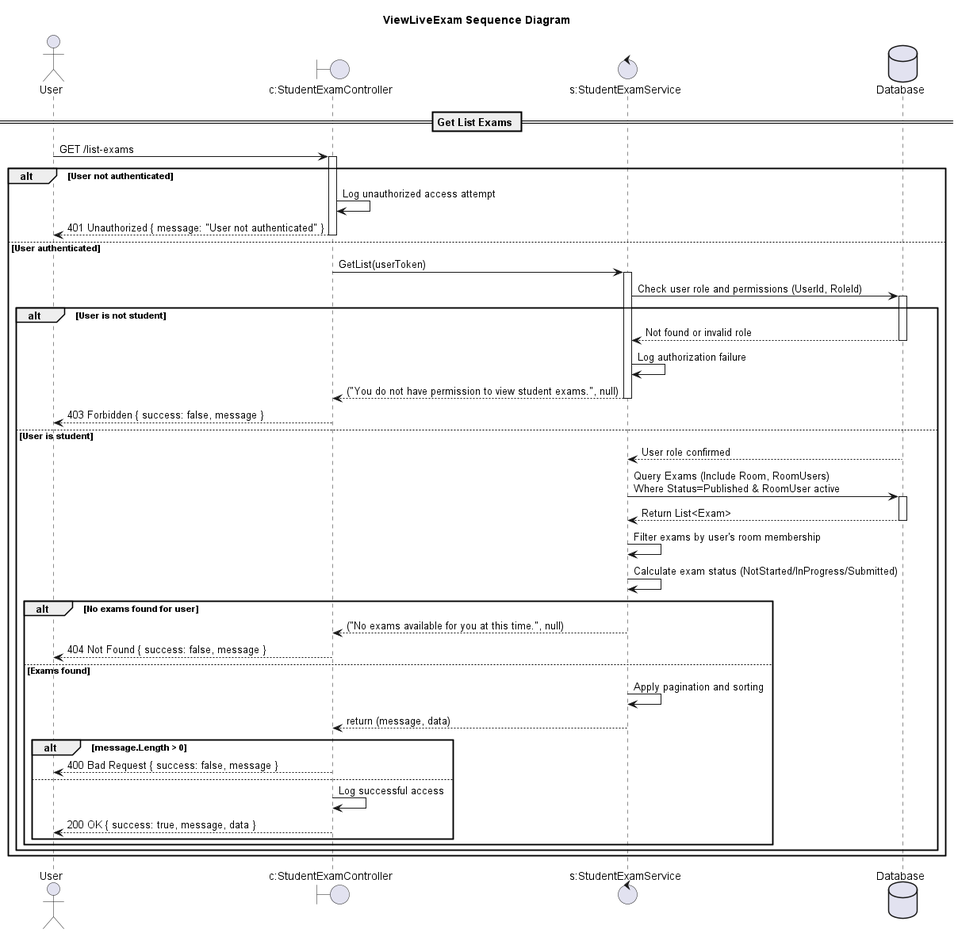
conghoan1211/AI-Kiosk-Testing-system keeps this PlantUML diagram as design/out/viewliveexamsequencediagram/viewliveexamsequencediagram.png. Above is the earlier version.
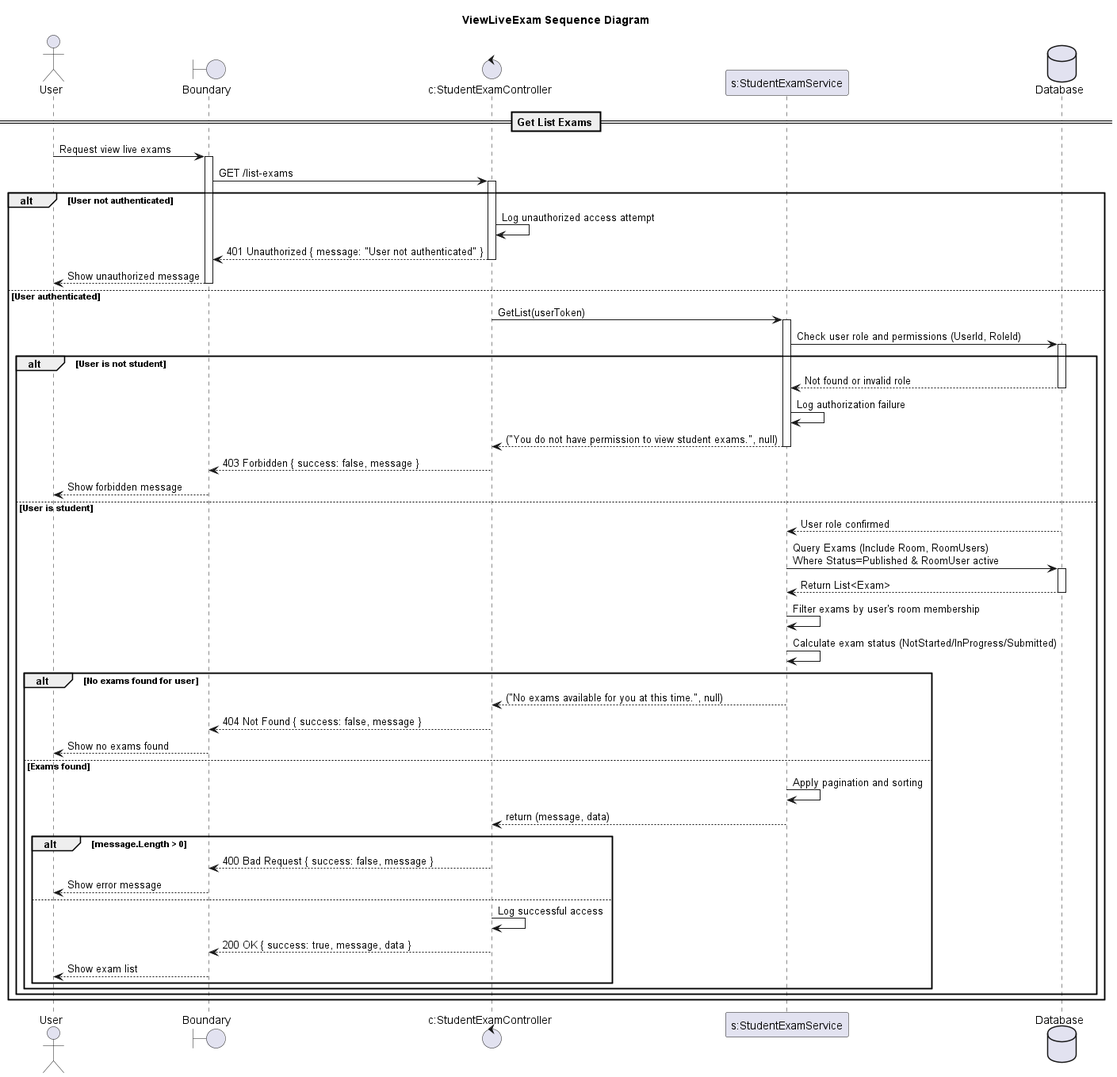
The same diagram one commit later.

The edit, as a diff of the source:
```diff
@@ -3,20 +3,24 @@
 title ViewLiveExam Sequence Diagram
 
 actor "User" as Client
-
-boundary "c:StudentExamController" as Controller
-control "s:StudentExamService" as Service
+boundary "Boundary" as UI
+control "c:StudentExamController" as Controller
+participant "s:StudentExamService" as Service
 database "Database" as DB
 
 == Get List Exams ==
 
-Client -> Controller: GET /list-exams
+Client -> UI: Request view live exams
+activate UI
+UI -> Controller: GET /list-exams
 activate Controller
 
 alt User not authenticated
     Controller -> Controller: Log unauthorized access attempt
-    Controller --> Client: 401 Unauthorized { message: "User not authenticated" }
+    Controller --> UI: 401 Unauthorized { message: "User not authenticated" }
     deactivate Controller
+    UI --> Client: Show unauthorized message
+    deactivate UI
 else User authenticated
     Controller -> Service: GetList(userToken)
     activate Service
@@ -29,8 +33,10 @@
         Service -> Service: Log authorization failure
         Service --> Controller: ("You do not have permission to view student exams.", null)
         deactivate Service
-        Controller --> Client: 403 Forbidden { success: false, message }
+        Controller --> UI: 403 Forbidden { success: false, message }
         deactivate Controller
+        UI --> Client: Show forbidden message
+        deactivate UI
     else User is student
         DB --> Service: User role confirmed
         deactivate DB
@@ -46,17 +52,26 @@
         alt No exams found for user
             Service --> Controller: ("No exams available for you at this time.", null)
             deactivate Service
-            Controller --> Client: 404 Not Found { success: false, message }
+            Controller --> UI: 404 Not Found { success: false, message }
+            deactivate Controller
+            UI --> Client: Show no exams found
+            deactivate UI
         else Exams found
             Service -> Service: Apply pagination and sorting
             Service --> Controller: return (message, data)
             deactivate Service
 
             alt message.Length > 0
-                Controller --> Client: 400 Bad Request { success: false, message }
+                Controller --> UI: 400 Bad Request { success: false, message }
+                deactivate Controller
+                UI --> Client: Show error message
+                deactivate UI
             else
                 Controller -> Controller: Log successful access
-                Controller --> Client: 200 OK { success: true, message, data }
+                Controller --> UI: 200 OK { success: true, message, data }
+                deactivate Controller
+                UI --> Client: Show exam list
+                deactivate UI
             end
         end
     end
@@ -64,7 +79,4 @@
 
 deactivate Controller
 
-
-
-
 @enduml
```
